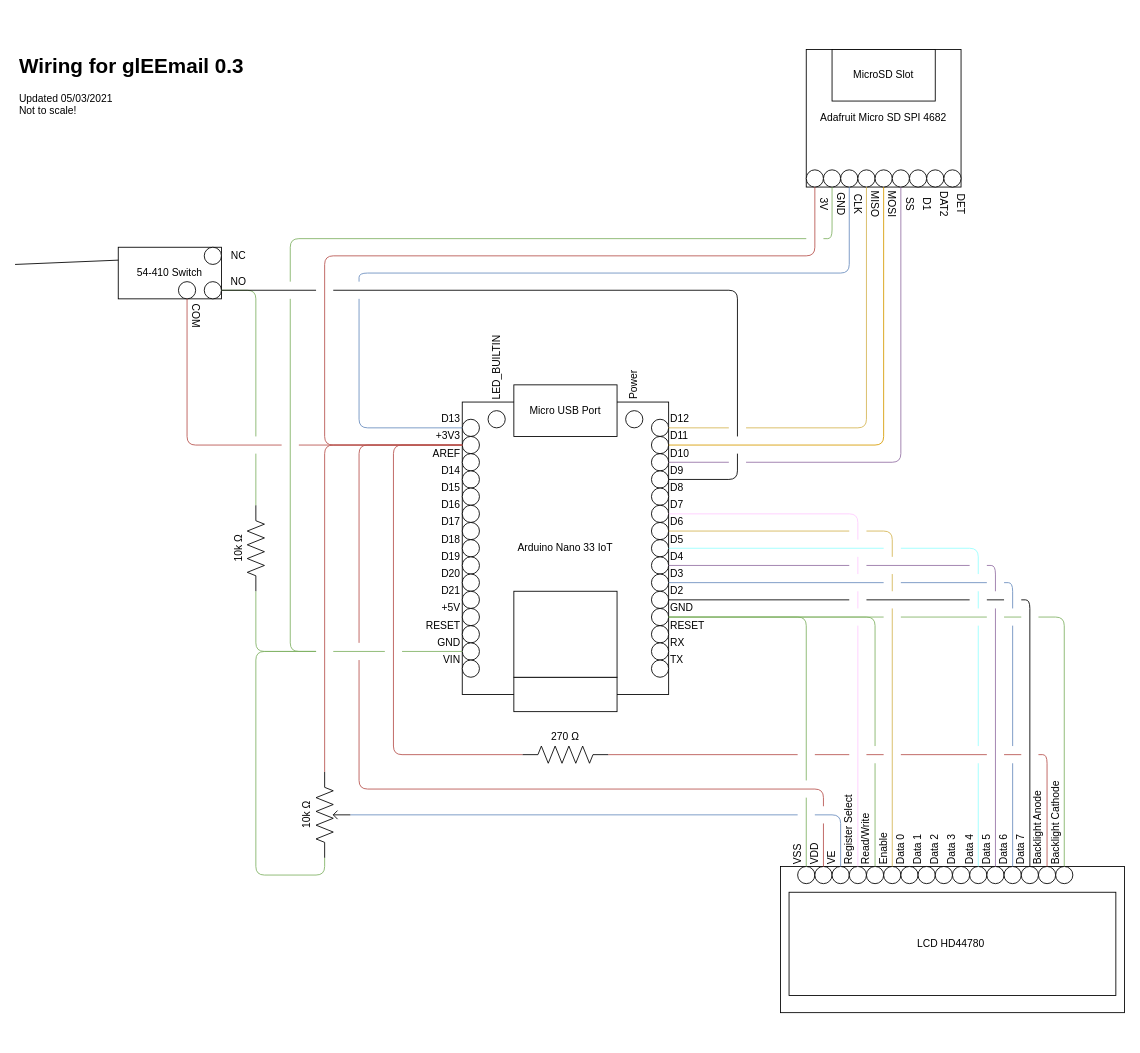
Earlier version of the draw.io diagram documentation/wiring diagram.drawio (Matt-and-Gib/gleemail). Source tidied: cells renumbered, new cells numbered last; positions are measured from the earlier drawing's top-left corner, leaving out a move shared by most shapes. Both pictures are drawn from the tidied source at 86%, with x=0, y=0 at pixel (15, 49).
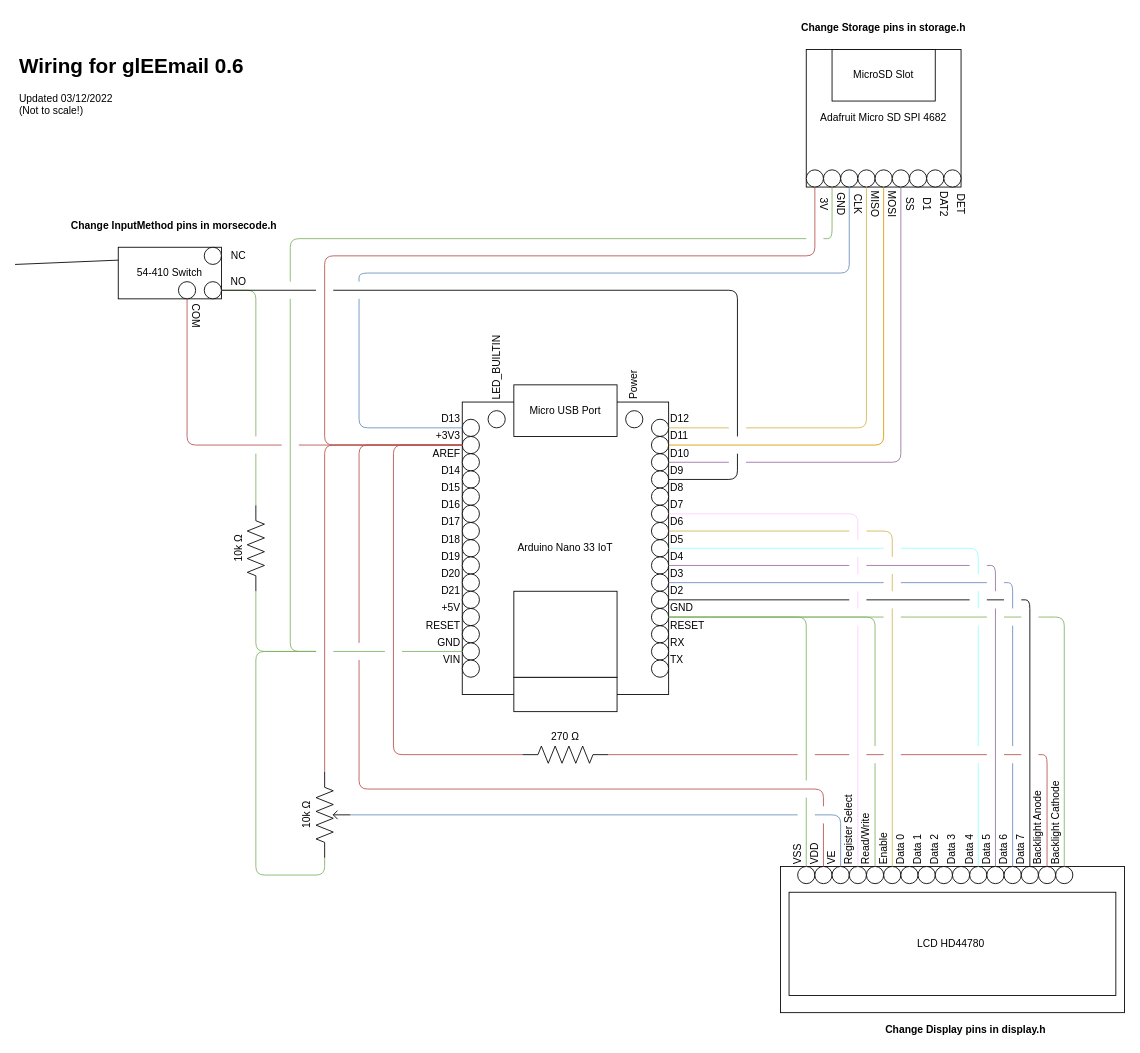
Above is the later version.

The edit, as a diff of the source:
```diff
@@
-    <mxCell id="2" value="&lt;h1&gt;Wiring for glEEmail 0.3&lt;/h1&gt;&lt;p&gt;Updated 05/03/2021&lt;br&gt;Not to scale!&lt;/p&gt;" style="text;html=1;strokeColor=none;fillColor=none;spacing=5;spacingTop=-20;whiteSpace=wrap;overflow=hidden;rounded=0;" parent="1" vertex="1">
+    <mxCell id="2" value="&lt;h1&gt;Wiring for glEEmail 0.6&lt;/h1&gt;&lt;p&gt;Updated 03/12/2022&lt;br&gt;(Not to scale!)&lt;/p&gt;" style="text;html=1;strokeColor=none;fillColor=none;spacing=5;spacingTop=-20;whiteSpace=wrap;overflow=hidden;rounded=0;" parent="1" vertex="1">
       <mxGeometry width="280" height="120" as="geometry" />
     </mxCell>
+    <mxCell id="215" value="Change Storage pins in storage.h" style="text;html=1;strokeColor=none;fillColor=none;align=center;verticalAlign=middle;whiteSpace=wrap;rounded=0;fontStyle=1;" parent="1" vertex="1">
+      <mxGeometry x="910" y="-40" width="200" height="30" as="geometry" />
+    </mxCell>
+    <mxCell id="216" value="Change InputMethod pins in morsecode.h" style="text;html=1;strokeColor=none;fillColor=none;align=center;verticalAlign=middle;whiteSpace=wrap;rounded=0;fontStyle=1;" parent="1" vertex="1">
+      <mxGeometry x="60" y="190" width="250" height="30" as="geometry" />
+    </mxCell>
+    <mxCell id="217" value="Change Display pins in display.h" style="text;html=1;align=center;verticalAlign=middle;strokeColor=none;fillColor=none;fontStyle=1;" parent="1" vertex="1">
+      <mxGeometry x="1005" y="1130" width="200" height="20" as="geometry" />
+    </mxCell>
```
